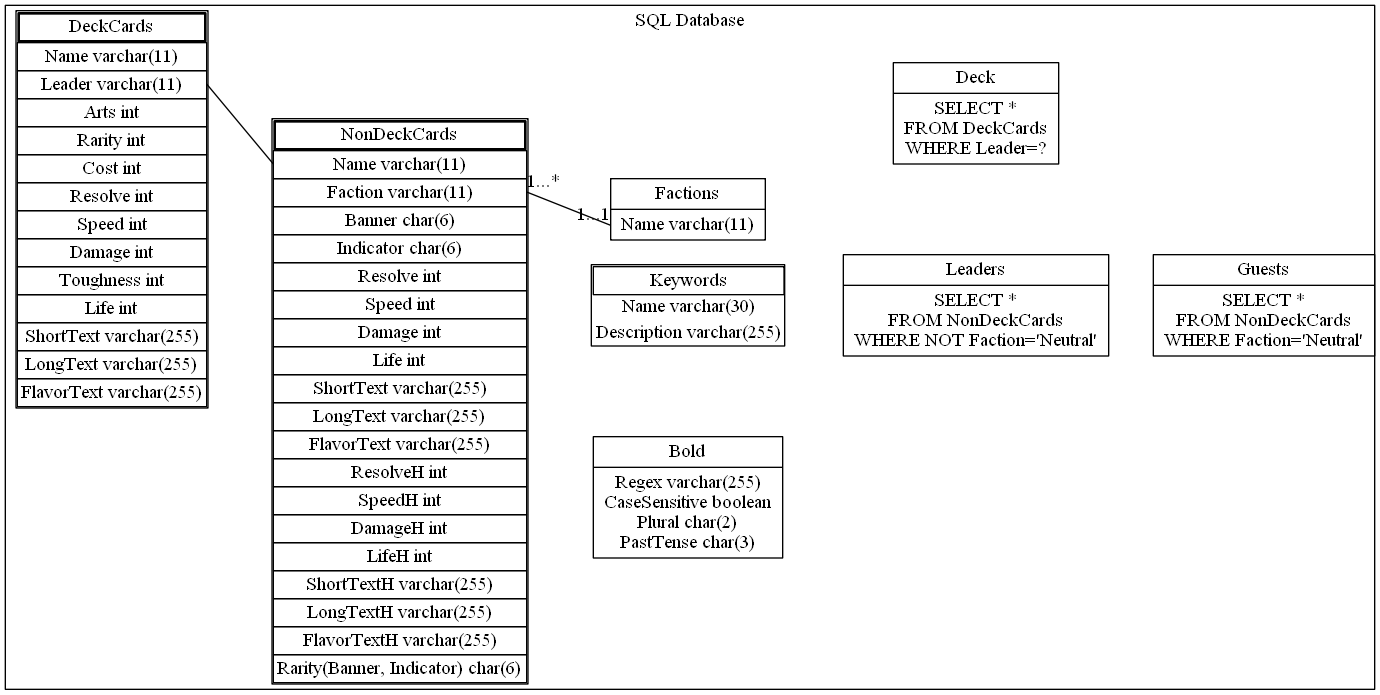
sbrow/skirmish keeps this Graphviz diagram as graphs/commands.png. Above is the earlier version. Its source is kept beside it as graphs/commands.gv.
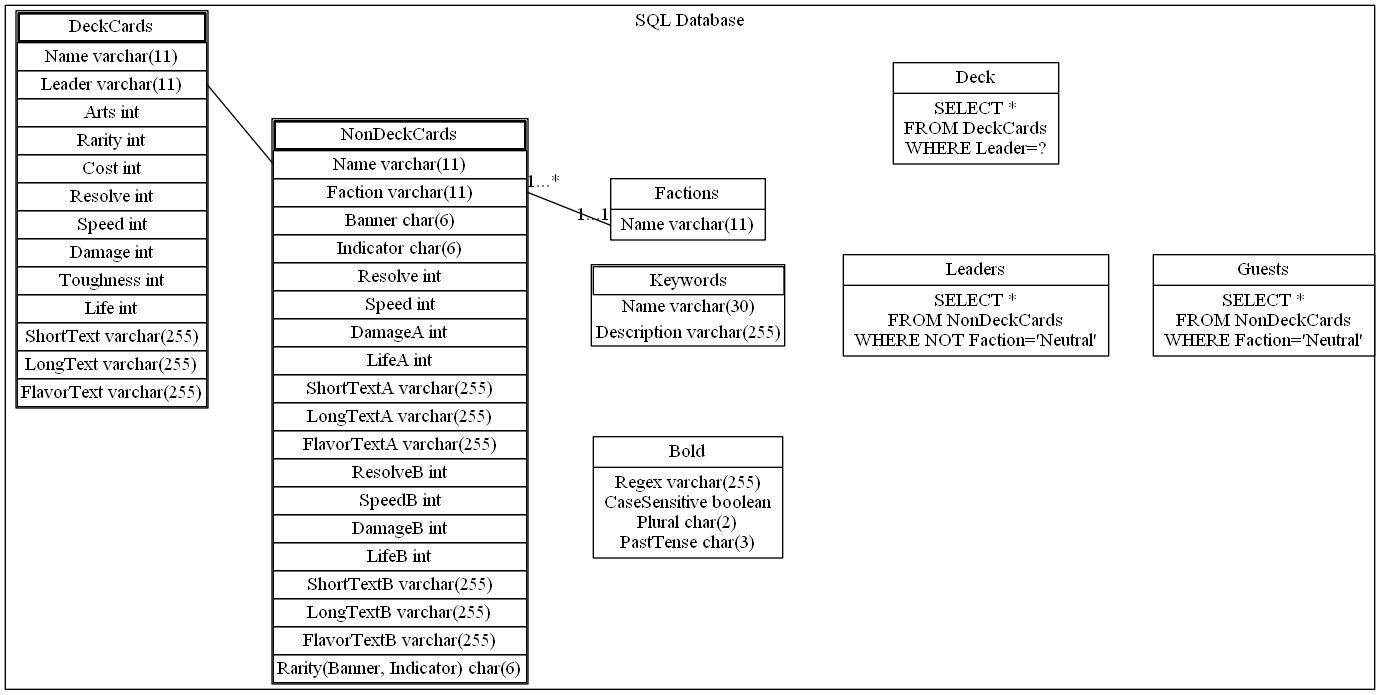
After the change.

Diff of the diagram source:
```diff
@@ -48,20 +48,20 @@
 				<tr><td port="Faction">Faction varchar(11)</td></tr>
 				<tr><td port="Banner">Banner char(6)</td></tr>
 				<tr><td port="Indicator">Indicator char(6)</td></tr>
-				<tr><td port="Resolve">Resolve int</td></tr>
-				<tr><td port="Speed">Speed int</td></tr>
-				<tr><td port="Damage">Damage int</td></tr>
-				<tr><td port="Life">Life int</td></tr>
-				<tr><td port="ShortText">ShortText varchar(255)</td></tr>
-				<tr><td port="LongText">LongText varchar(255)</td></tr>
-				<tr><td port="FlavorText">FlavorText varchar(255)</td></tr>
-				<tr><td port="ResolveH">ResolveH int</td></tr>
-				<tr><td port="SpeedH">SpeedH int</td></tr>
-				<tr><td port="DamageH">DamageH int</td></tr>
-				<tr><td port="LifeH">LifeH int</td></tr>
-				<tr><td port="ShortTextH">ShortTextH varchar(255)</td></tr>
-				<tr><td port="LongTextH">LongTextH varchar(255)</td></tr>
-				<tr><td port="FlavorTextH">FlavorTextH varchar(255)</td></tr>
+				<tr><td port="ResolveA">Resolve int</td></tr>
+				<tr><td port="SpeedA">Speed int</td></tr>
+				<tr><td port="DamageA">DamageA int</td></tr>
+				<tr><td port="LifeA">LifeA int</td></tr>
+				<tr><td port="ShortTextA">ShortTextA varchar(255)</td></tr>
+				<tr><td port="LongTextA">LongTextA varchar(255)</td></tr>
+				<tr><td port="FlavorTextA">FlavorTextA varchar(255)</td></tr>
+				<tr><td port="ResolveB">ResolveB int</td></tr>
+				<tr><td port="SpeedB">SpeedB int</td></tr>
+				<tr><td port="DamageB">DamageB int</td></tr>
+				<tr><td port="LifeB">LifeB int</td></tr>
+				<tr><td port="ShortTextB">ShortTextB varchar(255)</td></tr>
+				<tr><td port="LongTextB">LongTextB varchar(255)</td></tr>
+				<tr><td port="FlavorTextB">FlavorTextB varchar(255)</td></tr>
 				<tr><td port="Rarity">Rarity(Banner, Indicator) char(6)</td></tr>
 			</table>>
 			]
```
